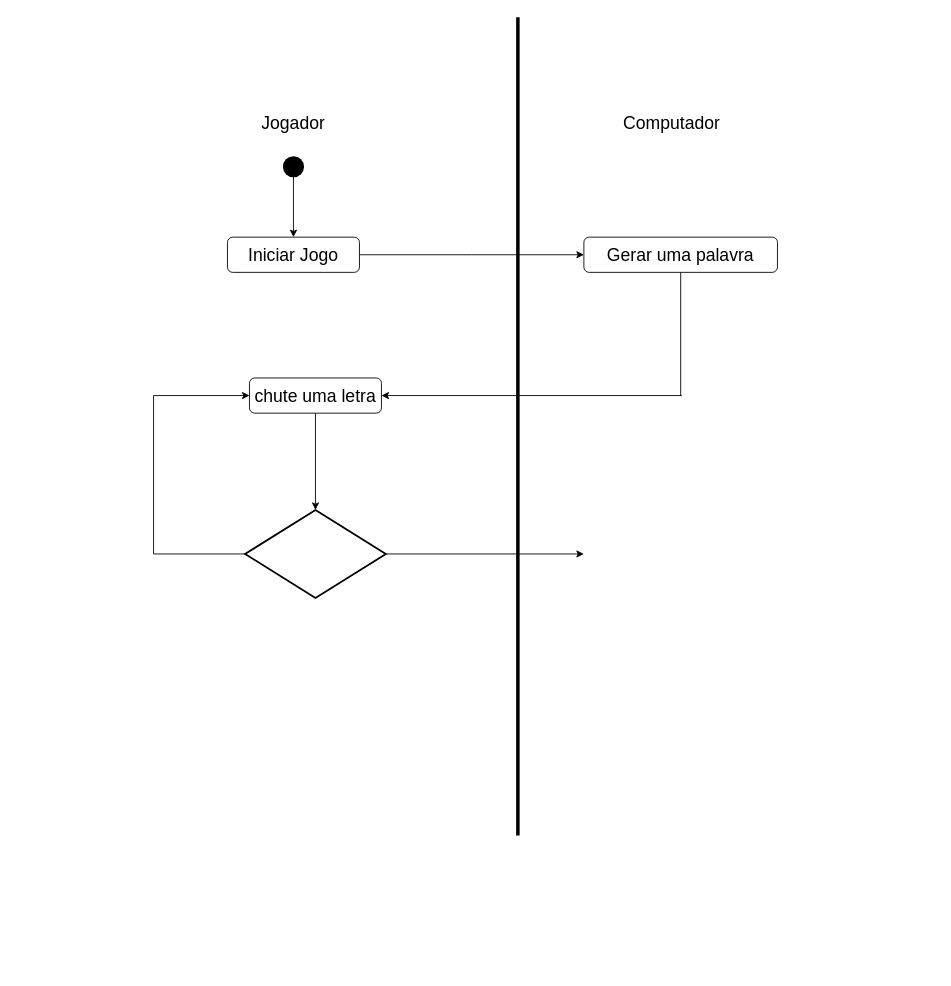
Earlier version of the draw.io diagram Diagrama sem nome.drawio (Rob3rt2/Jogo_forca). Source tidied: cells renumbered, new cells numbered last; positions are measured from the earlier drawing's top-left corner, leaving out a move shared by most shapes. Both pictures are drawn from the tidied source at 88%, with x=0, y=0 at pixel (153, 17).
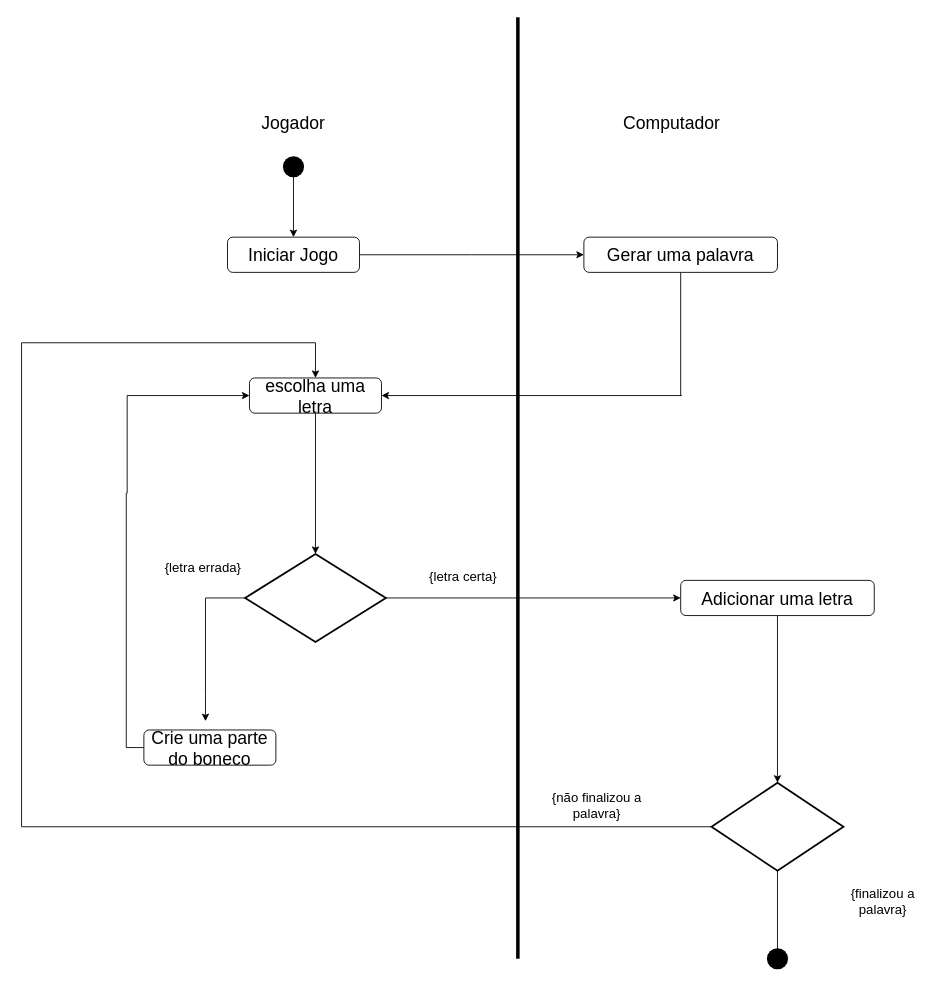
After the change.

What changed in the source:
```diff
@@
     <mxCell id="8" style="line;strokeWidth=4;direction=south;html=1;perimeter=backbonePerimeter;" parent="1" vertex="1">
-      <mxGeometry x="409" width="10" height="930" as="geometry" />
+      <mxGeometry x="409" width="10" height="1070" as="geometry" />
     </mxCell>
@@
-    <mxCell id="12" value="chute uma letra" style="rounded=1;whiteSpace=wrap;html=1;fontSize=20;glass=0;strokeWidth=1;shadow=0;" parent="1" vertex="1">
+    <mxCell id="12" value="escolha uma letra" style="rounded=1;whiteSpace=wrap;html=1;fontSize=20;glass=0;strokeWidth=1;shadow=0;" parent="1" vertex="1">
       <mxGeometry x="109" y="410" width="150" height="40" as="geometry" />
     </mxCell>
-    <mxCell id="13" style="edgeStyle=orthogonalEdgeStyle;rounded=0;jettySize=auto;html=1;" parent="1" edge="1" source="15">
-      <mxGeometry relative="1" as="geometry">
-        <mxPoint x="489" y="610" as="targetPoint" />
-      </mxGeometry>
+    <mxCell id="13" style="edgeStyle=orthogonalEdgeStyle;rounded=0;jettySize=auto;html=1;entryX=0;entryY=0.5;entryDx=0;entryDy=0;" parent="1" edge="1" source="15" target="22">
+      <mxGeometry relative="1" as="geometry" />
     </mxCell>
-    <mxCell id="14" style="edgeStyle=orthogonalEdgeStyle;rounded=0;jettySize=auto;html=1;entryX=0;entryY=0.5;entryDx=0;entryDy=0;" parent="1" edge="1" source="15" target="12">
-      <mxGeometry relative="1" as="geometry">
-        <Array as="points">
-          <mxPoint y="610" />
-          <mxPoint y="430" />
-        </Array>
-      </mxGeometry>
-    </mxCell>
+    <mxCell id="16" style="edgeStyle=orthogonalEdgeStyle;rounded=0;jettySize=auto;html=1;" parent="1" edge="1" source="15">
+      <mxGeometry relative="1" as="geometry">
+        <mxPoint x="59" y="800" as="targetPoint" />
+        <Array as="points">
+          <mxPoint x="59" y="660" />
+          <mxPoint x="59" y="770" />
+        </Array>
+      </mxGeometry>
+    </mxCell>
     <mxCell id="15" style="strokeWidth=2;html=1;shape=mxgraph.flowchart.decision;whiteSpace=wrap;" parent="1" vertex="1">
-      <mxGeometry x="104" y="560" width="160" height="100" as="geometry" />
+      <mxGeometry x="104" y="610" width="160" height="100" as="geometry" />
     </mxCell>
+    <mxCell id="17" value="{letra certa}" style="text;html=1;strokeColor=none;fillColor=none;align=center;verticalAlign=middle;whiteSpace=wrap;rounded=0;fontSize=15;" parent="1" vertex="1">
+      <mxGeometry x="309" y="620" width="86" height="30" as="geometry" />
+    </mxCell>
+    <mxCell id="18" value="{letra errada}" style="text;html=1;strokeColor=none;fillColor=none;align=center;verticalAlign=middle;whiteSpace=wrap;rounded=0;fontSize=15;" parent="1" vertex="1">
+      <mxGeometry x="9" y="610" width="95" height="30" as="geometry" />
+    </mxCell>
+    <mxCell id="19" style="edgeStyle=orthogonalEdgeStyle;rounded=0;jettySize=auto;html=1;entryX=0;entryY=0.5;entryDx=0;entryDy=0;" parent="1" edge="1" source="20" target="12">
+      <mxGeometry relative="1" as="geometry">
+        <Array as="points">
+          <mxPoint x="-31" y="830" />
+          <mxPoint x="-31" y="541" />
+          <mxPoint x="-30" y="541" />
+          <mxPoint x="-30" y="430" />
+        </Array>
+      </mxGeometry>
+    </mxCell>
+    <mxCell id="20" value="Crie uma parte do boneco" style="rounded=1;whiteSpace=wrap;html=1;fontSize=20;glass=0;strokeWidth=1;shadow=0;" parent="1" vertex="1">
+      <mxGeometry x="-11" y="810" width="150" height="40" as="geometry" />
+    </mxCell>
+    <mxCell id="21" style="edgeStyle=orthogonalEdgeStyle;rounded=0;jettySize=auto;html=1;entryX=0.5;entryY=0;entryDx=0;entryDy=0;entryPerimeter=0;" parent="1" edge="1" source="22" target="26">
+      <mxGeometry relative="1" as="geometry" />
+    </mxCell>
+    <mxCell id="22" value="Adicionar uma letra" style="rounded=1;whiteSpace=wrap;html=1;fontSize=20;glass=0;strokeWidth=1;shadow=0;" parent="1" vertex="1">
+      <mxGeometry x="599" y="640" width="220" height="40" as="geometry" />
+    </mxCell>
+    <mxCell id="23" style="shape=waypoint;sketch=0;fillStyle=solid;size=6;points=[];fillColor=none;perimeter=centerPerimeter;snapToPoint=1;strokeWidth=10;" parent="1" vertex="1">
+      <mxGeometry x="699" y="1060" width="20" height="20" as="geometry" />
+    </mxCell>
+    <mxCell id="24" style="edgeStyle=orthogonalEdgeStyle;rounded=0;jettySize=auto;html=1;" parent="1" edge="1" source="26" target="12">
+      <mxGeometry relative="1" as="geometry">
+        <Array as="points">
+          <mxPoint x="-150" y="920" />
+          <mxPoint x="-150" y="370" />
+          <mxPoint x="184" y="370" />
+        </Array>
+      </mxGeometry>
+    </mxCell>
+    <mxCell id="25" style="edgeStyle=orthogonalEdgeStyle;rounded=0;jettySize=auto;html=1;entryX=0.6;entryY=0.2;entryDx=0;entryDy=0;entryPerimeter=0;" parent="1" edge="1" source="26" target="23">
+      <mxGeometry relative="1" as="geometry" />
+    </mxCell>
+    <mxCell id="26" style="strokeWidth=2;html=1;shape=mxgraph.flowchart.decision;whiteSpace=wrap;" parent="1" vertex="1">
+      <mxGeometry x="634" y="870" width="150" height="100" as="geometry" />
+    </mxCell>
+    <mxCell id="27" value="{finalizou a palavra}" style="text;html=1;strokeColor=none;fillColor=none;align=center;verticalAlign=middle;whiteSpace=wrap;rounded=0;fontSize=15;" parent="1" vertex="1">
+      <mxGeometry x="769" y="990" width="120" height="30" as="geometry" />
+    </mxCell>
+    <mxCell id="28" value="{não finalizou a palavra}" style="text;html=1;strokeColor=none;fillColor=none;align=center;verticalAlign=middle;whiteSpace=wrap;rounded=0;fontSize=15;" parent="1" vertex="1">
+      <mxGeometry x="429" y="880" width="150" height="30" as="geometry" />
+    </mxCell>
```
